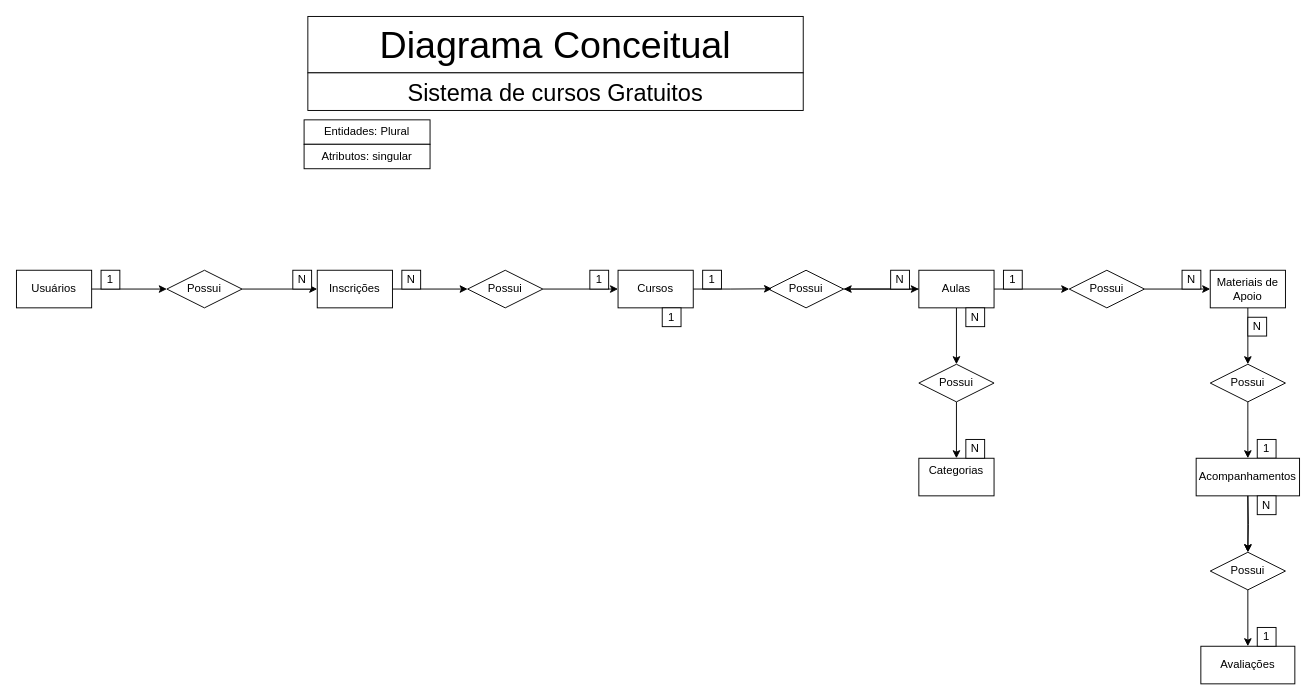
Above: page "Diagrama Conceitual" (1 of 2) of Exercícios/Lista 1 - Banco de Dados/Diagrama_Logico.drawio in GabrielRochaGomesDEV/BackEnd-Sprint-BancodeDados (draw.io), before the change. Source tidied: cells renumbered, new cells numbered last; positions are measured from the earlier drawing's top-left corner, leaving out a move shared by most shapes. Both pictures are drawn from the tidied source at 94%, with x=0, y=0 at pixel (16, 16).
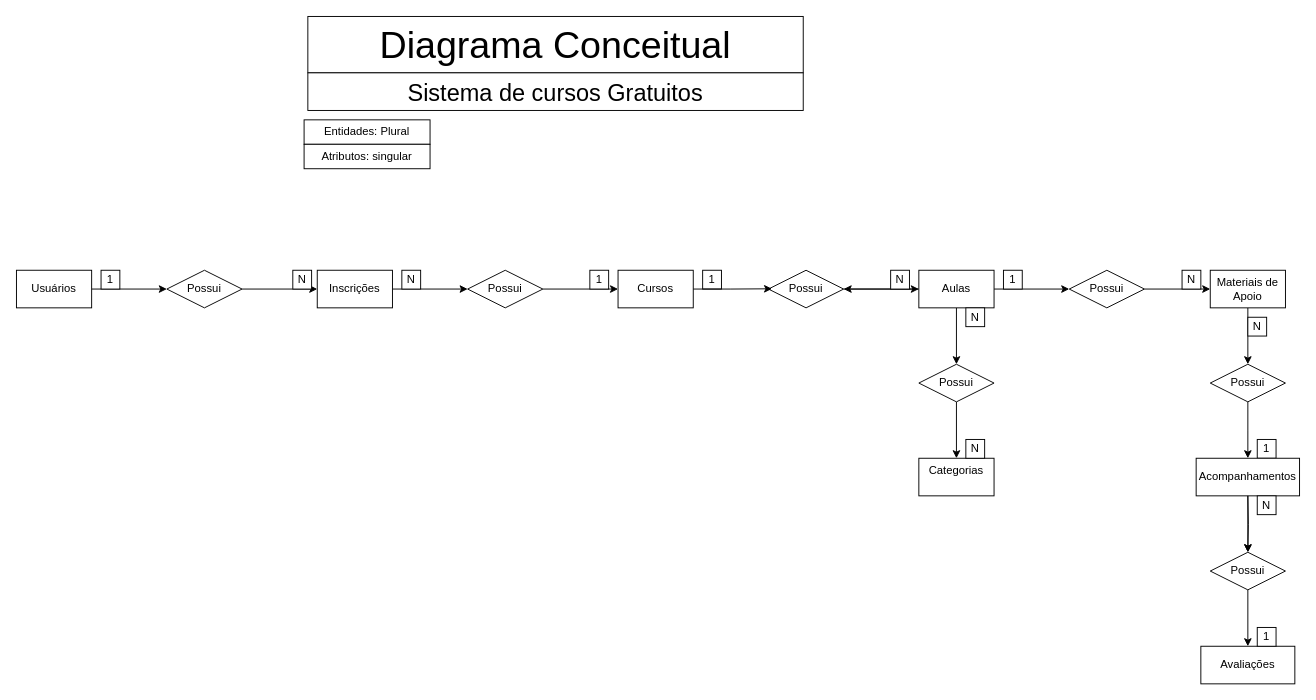
After the change.

Diff of the diagram source:
```diff
@@
-    <mxCell id="30" value="1" style="rounded=0;whiteSpace=wrap;html=1;strokeColor=default;align=center;verticalAlign=middle;fontFamily=Helvetica;fontSize=12;fontColor=default;fillColor=default;" parent="1" vertex="1">
-      <mxGeometry x="687" y="310" width="20" height="20" as="geometry" />
-    </mxCell>
```
